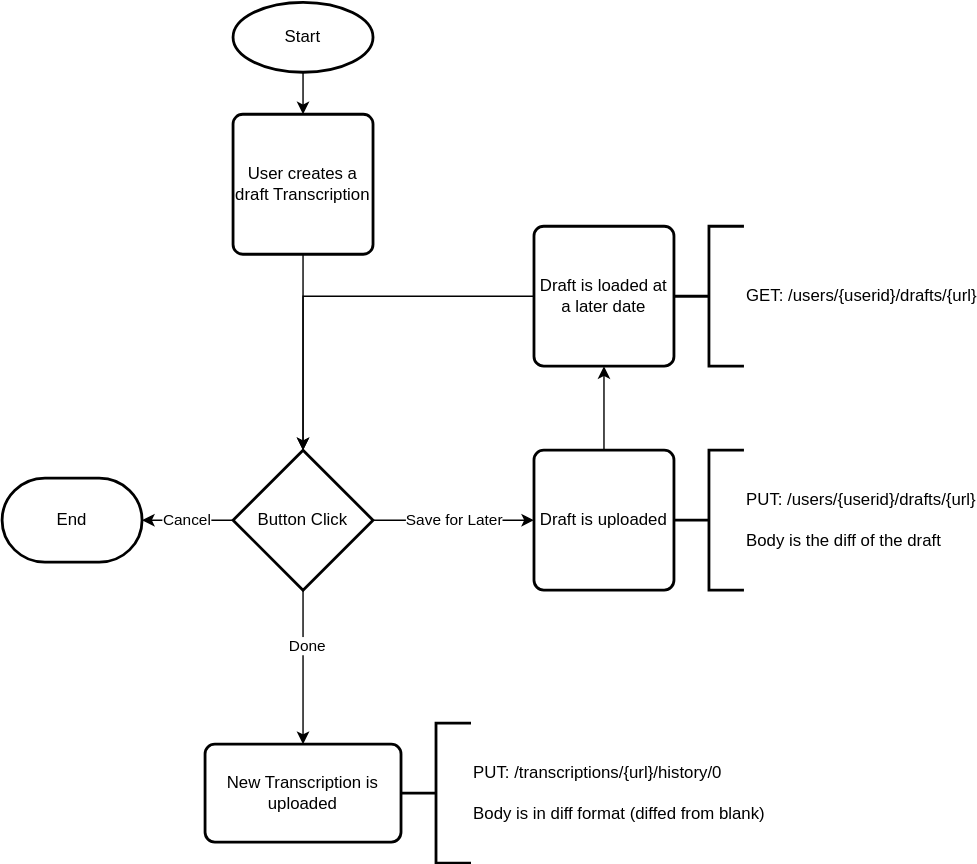
This is Documentation/Workflow.svg from bacowan/Transcription, a draw.io export, as it was before one commit. Source tidied: cells renumbered, new cells last; positions are measured from the earlier drawing's top-left corner, leaving out a move shared by most shapes. The source it was exported from:
```xml
<mxGraphModel>
  <root>
    <mxCell id="0" />
    <mxCell id="1" parent="0" />
    <mxCell id="2" style="edgeStyle=orthogonalEdgeStyle;rounded=0;jettySize=auto;html=1;" parent="1" edge="1" source="3" target="12">
      <mxGeometry relative="1" as="geometry" />
    </mxCell>
    <mxCell id="3" value="Start" style="strokeWidth=2;html=1;shape=mxgraph.flowchart.start_1;whiteSpace=wrap;" parent="1" vertex="1">
      <mxGeometry x="165" width="100" height="50" as="geometry" />
    </mxCell>
    <mxCell id="4" value="New Transcription is uploaded" style="rounded=1;whiteSpace=wrap;html=1;absoluteArcSize=1;arcSize=14;strokeWidth=2;" parent="1" vertex="1">
      <mxGeometry x="145" y="530" width="140" height="70" as="geometry" />
    </mxCell>
    <mxCell id="5" value="PUT:&amp;nbsp;/transcriptions/{url}/history/0&lt;br&gt;&lt;br&gt;Body is in diff format (diffed from blank)" style="strokeWidth=2;html=1;shape=mxgraph.flowchart.annotation_2;align=left;labelPosition=right;" parent="1" vertex="1">
      <mxGeometry x="285" y="515" width="50" height="100" as="geometry" />
    </mxCell>
    <mxCell id="6" style="edgeStyle=orthogonalEdgeStyle;rounded=0;jettySize=auto;html=1;" parent="1" edge="1" source="10" target="4">
      <mxGeometry relative="1" as="geometry" />
    </mxCell>
    <mxCell id="7" value="Done" style="edgeLabel;html=1;align=center;verticalAlign=middle;" parent="6" vertex="1">
      <mxGeometry x="-0.3" y="2" relative="1" as="geometry" />
    </mxCell>
    <mxCell id="8" value="Save for Later" style="edgeStyle=orthogonalEdgeStyle;rounded=0;jettySize=auto;html=1;" parent="1" edge="1" source="10" target="14">
      <mxGeometry relative="1" as="geometry" />
    </mxCell>
    <mxCell id="9" value="Cancel" style="edgeStyle=orthogonalEdgeStyle;rounded=0;jettySize=auto;html=1;" parent="1" edge="1" source="10" target="19">
      <mxGeometry relative="1" as="geometry" />
    </mxCell>
    <mxCell id="10" value="Button Click" style="strokeWidth=2;html=1;shape=mxgraph.flowchart.decision;whiteSpace=wrap;" parent="1" vertex="1">
      <mxGeometry x="165" y="320" width="100" height="100" as="geometry" />
    </mxCell>
    <mxCell id="11" style="edgeStyle=orthogonalEdgeStyle;rounded=0;jettySize=auto;html=1;" parent="1" edge="1" source="12" target="10">
      <mxGeometry relative="1" as="geometry" />
    </mxCell>
    <mxCell id="12" value="User creates a draft Transcription" style="rounded=1;whiteSpace=wrap;html=1;absoluteArcSize=1;arcSize=14;strokeWidth=2;" parent="1" vertex="1">
      <mxGeometry x="165" y="80" width="100" height="100" as="geometry" />
    </mxCell>
    <mxCell id="13" style="edgeStyle=orthogonalEdgeStyle;rounded=0;jettySize=auto;html=1;entryX=0.5;entryY=1;entryDx=0;entryDy=0;" parent="1" edge="1" source="14" target="17">
      <mxGeometry relative="1" as="geometry" />
    </mxCell>
    <mxCell id="14" value="Draft is uploaded" style="rounded=1;whiteSpace=wrap;html=1;absoluteArcSize=1;arcSize=14;strokeWidth=2;" parent="1" vertex="1">
      <mxGeometry x="380" y="320" width="100" height="100" as="geometry" />
    </mxCell>
    <mxCell id="15" value="PUT: /users/{userid}/drafts/{url}&lt;br&gt;&lt;br&gt;Body is the diff of the draft" style="strokeWidth=2;html=1;shape=mxgraph.flowchart.annotation_2;align=left;labelPosition=right;" parent="1" vertex="1">
      <mxGeometry x="480" y="320" width="50" height="100" as="geometry" />
    </mxCell>
    <mxCell id="16" style="edgeStyle=orthogonalEdgeStyle;rounded=0;jettySize=auto;html=1;entryX=0.5;entryY=0;entryDx=0;entryDy=0;entryPerimeter=0;" parent="1" edge="1" source="17" target="10">
      <mxGeometry relative="1" as="geometry" />
    </mxCell>
    <mxCell id="17" value="Draft is loaded at a later date" style="rounded=1;whiteSpace=wrap;html=1;absoluteArcSize=1;arcSize=14;strokeWidth=2;" parent="1" vertex="1">
      <mxGeometry x="380" y="160" width="100" height="100" as="geometry" />
    </mxCell>
    <mxCell id="18" value="GET: /users/{userid}/drafts/{url}" style="strokeWidth=2;html=1;shape=mxgraph.flowchart.annotation_2;align=left;labelPosition=right;" parent="1" vertex="1">
      <mxGeometry x="480" y="160" width="50" height="100" as="geometry" />
    </mxCell>
    <mxCell id="19" value="End" style="strokeWidth=2;html=1;shape=mxgraph.flowchart.terminator;whiteSpace=wrap;" parent="1" vertex="1">
      <mxGeometry y="340" width="100" height="60" as="geometry" />
    </mxCell>
  </root>
</mxGraphModel>
```
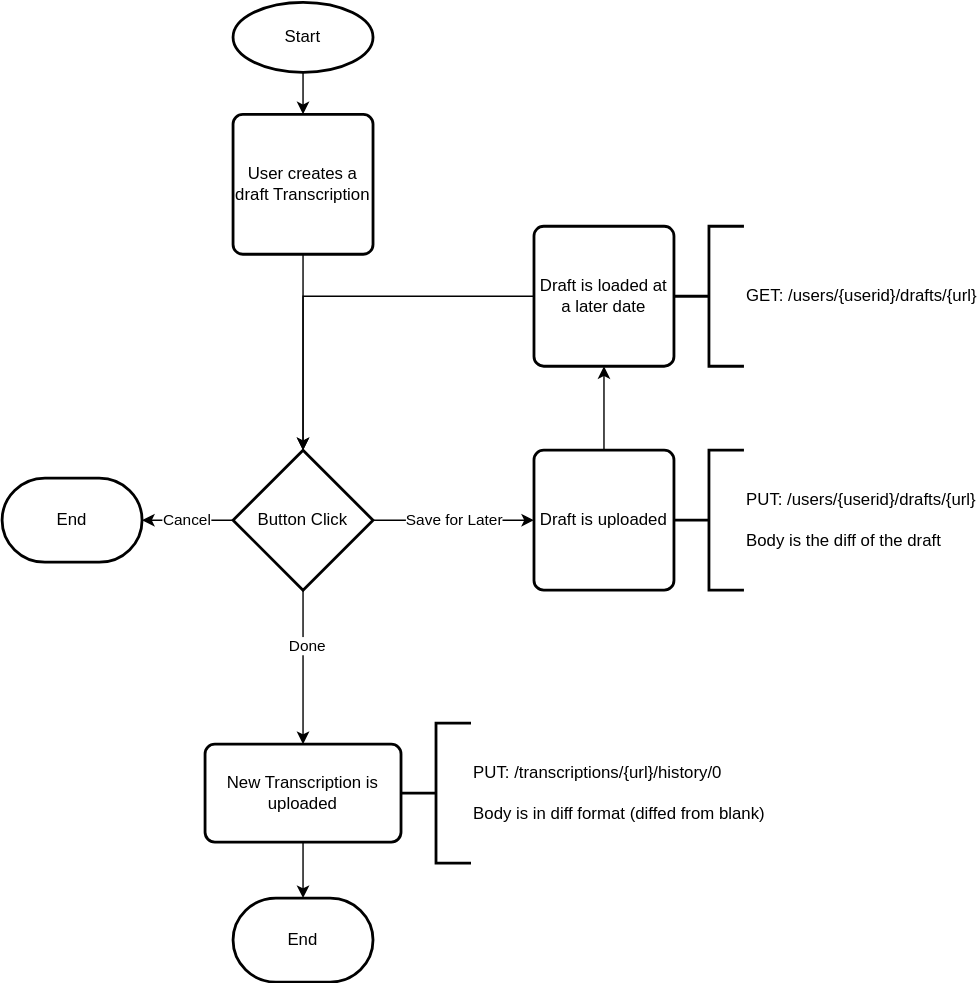
After the change.

Change to the diagram source:
```diff
@@ -8,6 +8,9 @@
     <mxCell id="3" value="Start" style="strokeWidth=2;html=1;shape=mxgraph.flowchart.start_1;whiteSpace=wrap;" parent="1" vertex="1">
       <mxGeometry x="165" width="100" height="50" as="geometry" />
     </mxCell>
+    <mxCell id="20" style="edgeStyle=orthogonalEdgeStyle;rounded=0;jettySize=auto;html=1;entryX=0.5;entryY=0;entryDx=0;entryDy=0;entryPerimeter=0;" parent="1" edge="1" source="4" target="21">
+      <mxGeometry relative="1" as="geometry" />
+    </mxCell>
     <mxCell id="4" value="New Transcription is uploaded" style="rounded=1;whiteSpace=wrap;html=1;absoluteArcSize=1;arcSize=14;strokeWidth=2;" parent="1" vertex="1">
       <mxGeometry x="145" y="530" width="140" height="70" as="geometry" />
     </mxCell>
@@ -56,5 +59,8 @@
     <mxCell id="19" value="End" style="strokeWidth=2;html=1;shape=mxgraph.flowchart.terminator;whiteSpace=wrap;" parent="1" vertex="1">
       <mxGeometry y="340" width="100" height="60" as="geometry" />
     </mxCell>
+    <mxCell id="21" value="End" style="strokeWidth=2;html=1;shape=mxgraph.flowchart.terminator;whiteSpace=wrap;" parent="1" vertex="1">
+      <mxGeometry x="165" y="640" width="100" height="60" as="geometry" />
+    </mxCell>
   </root>
 </mxGraphModel>
```
